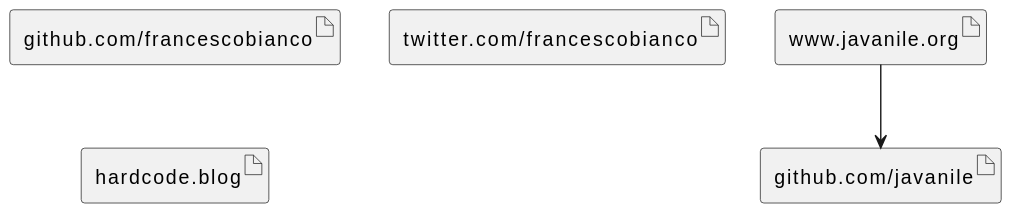
francescobianco/assets keeps this PlantUML diagram as docs/assets.svg. Above is the earlier version.
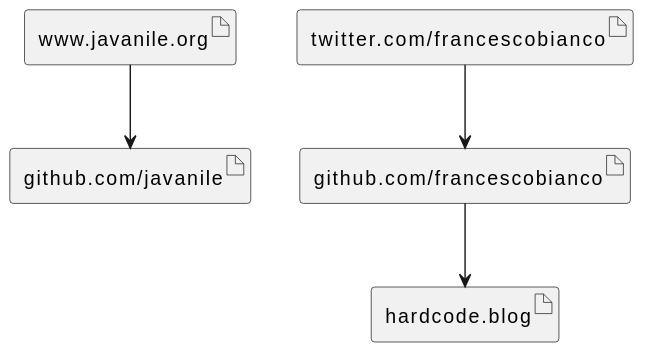
After the change.

The edit, as a diff of the source:
```diff
@@ -11,4 +11,7 @@
 
 
 [www.javanile.org] --> [github.com/javanile]
+[twitter.com/francescobianco] --> [github.com/francescobianco]
+
+[github.com/francescobianco] --> [hardcode.blog]
 @enduml
```
